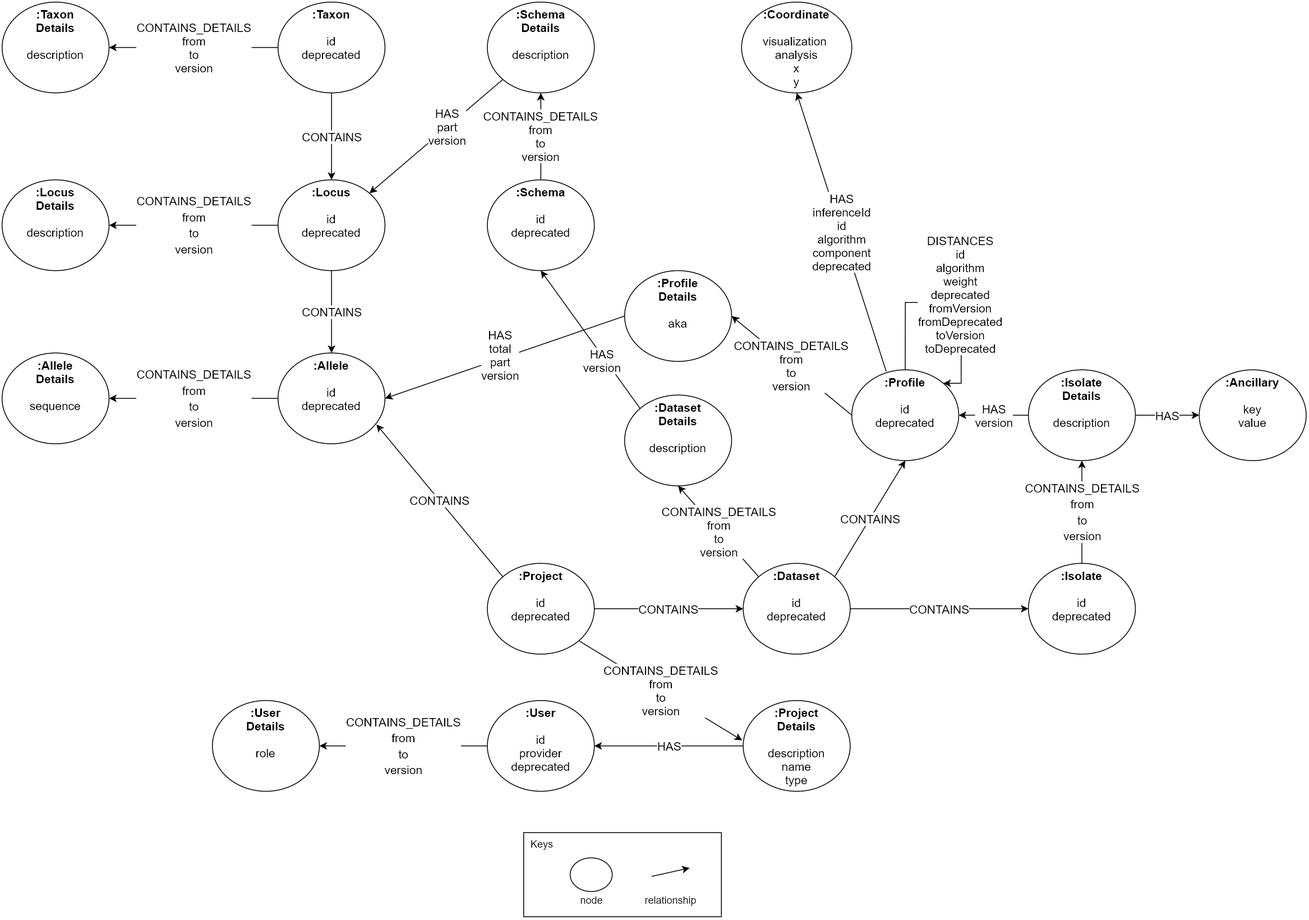
phyloviz/phyloDB keeps this draw.io diagram as wiki/images/phylodb-datamodel.png. Above is the earlier version. Source tidied: cells renumbered, new cells last; positions are measured from the earlier drawing's top-left corner, leaving out a move shared by most shapes.
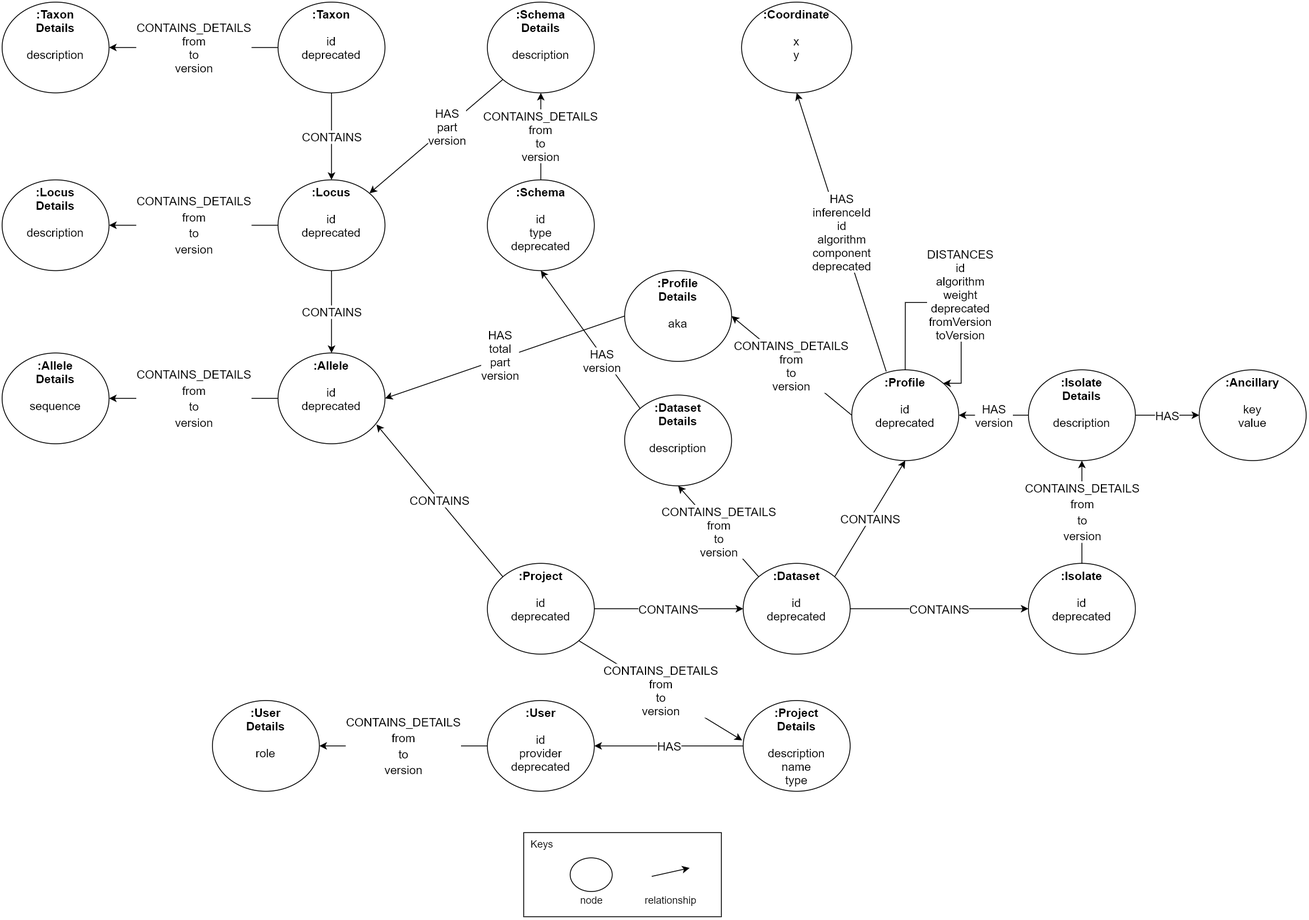
After the commit.

Commit message:
Fix architecture view.

Diff of the diagram source:
```diff
@@ -17,10 +17,10 @@
     <mxCell id="6" value="CONTAINS" style="edgeStyle=orthogonalEdgeStyle;rounded=0;jettySize=auto;html=1;exitX=0.5;exitY=1;exitDx=0;exitDy=0;entryX=0.5;entryY=0;entryDx=0;entryDy=0;fontSize=14;" parent="1" edge="1" source="3" target="5">
       <mxGeometry relative="1" as="geometry" />
     </mxCell>
-    <mxCell id="7" value="&lt;b style=&quot;font-size: 14px&quot;&gt;:Schema&lt;/b&gt;&lt;br style=&quot;font-size: 14px&quot;&gt;&lt;br style=&quot;font-size: 14px&quot;&gt;&lt;span style=&quot;font-size: 14px&quot;&gt;id&lt;/span&gt;&lt;i style=&quot;font-size: 14px&quot;&gt;&lt;br style=&quot;font-size: 14px&quot;&gt;&lt;/i&gt;deprecated&lt;i style=&quot;font-size: 14px&quot;&gt;&lt;br style=&quot;font-size: 14px&quot;&gt;&lt;/i&gt;&lt;i style=&quot;font-size: 14px&quot;&gt;&lt;br style=&quot;font-size: 14px&quot;&gt;&lt;/i&gt;" style="ellipse;whiteSpace=wrap;html=1;fontSize=14;verticalAlign=top;" parent="1" vertex="1">
+    <mxCell id="7" value="&lt;b style=&quot;font-size: 14px&quot;&gt;:Schema&lt;/b&gt;&lt;br style=&quot;font-size: 14px&quot;&gt;&lt;br style=&quot;font-size: 14px&quot;&gt;&lt;span style=&quot;font-size: 14px&quot;&gt;id&lt;br&gt;&lt;/span&gt;&lt;span style=&quot;font-size: 14px&quot;&gt;type&lt;br style=&quot;font-size: 14px&quot;&gt;&lt;/span&gt;deprecated&lt;i style=&quot;font-size: 14px&quot;&gt;&lt;br style=&quot;font-size: 14px&quot;&gt;&lt;/i&gt;&lt;i style=&quot;font-size: 14px&quot;&gt;&lt;br style=&quot;font-size: 14px&quot;&gt;&lt;/i&gt;" style="ellipse;whiteSpace=wrap;html=1;fontSize=14;verticalAlign=top;" parent="1" vertex="1">
       <mxGeometry x="576.8" y="211.3" width="127.1" height="107.9" as="geometry" />
     </mxCell>
-    <mxCell id="8" value="&lt;b style=&quot;font-size: 14px&quot;&gt;:Coordinate&lt;/b&gt;&lt;br style=&quot;font-size: 14px&quot;&gt;&lt;br style=&quot;font-size: 14px&quot;&gt;&lt;span style=&quot;font-size: 14px&quot;&gt;visualization&lt;/span&gt;&amp;nbsp;&lt;br style=&quot;font-size: 14px&quot;&gt;&lt;span style=&quot;font-size: 14px&quot;&gt;analysis&lt;/span&gt;&lt;i style=&quot;font-size: 14px&quot;&gt;&lt;br style=&quot;font-size: 14px&quot;&gt;&lt;/i&gt;&lt;span style=&quot;font-size: 14px&quot;&gt;x&lt;/span&gt;&lt;br style=&quot;font-size: 14px&quot;&gt;&lt;span style=&quot;font-size: 14px&quot;&gt;y&lt;/span&gt;&lt;i style=&quot;font-size: 14px&quot;&gt;&lt;br style=&quot;font-size: 14px&quot;&gt;&lt;/i&gt;&lt;i style=&quot;font-size: 14px&quot;&gt;&lt;br style=&quot;font-size: 14px&quot;&gt;&lt;/i&gt;" style="ellipse;whiteSpace=wrap;html=1;fontSize=14;verticalAlign=top;" parent="1" vertex="1">
+    <mxCell id="8" value="&lt;b style=&quot;font-size: 14px&quot;&gt;:Coordinate&lt;/b&gt;&lt;br style=&quot;font-size: 14px&quot;&gt;&lt;i style=&quot;font-size: 14px&quot;&gt;&lt;br style=&quot;font-size: 14px&quot;&gt;&lt;/i&gt;&lt;span style=&quot;font-size: 14px&quot;&gt;x&lt;/span&gt;&lt;br style=&quot;font-size: 14px&quot;&gt;&lt;span style=&quot;font-size: 14px&quot;&gt;y&lt;/span&gt;&lt;i style=&quot;font-size: 14px&quot;&gt;&lt;br style=&quot;font-size: 14px&quot;&gt;&lt;/i&gt;&lt;i style=&quot;font-size: 14px&quot;&gt;&lt;br style=&quot;font-size: 14px&quot;&gt;&lt;/i&gt;" style="ellipse;whiteSpace=wrap;html=1;fontSize=14;verticalAlign=top;" parent="1" vertex="1">
       <mxGeometry x="879" width="131" height="107.9" as="geometry" />
     </mxCell>
     <mxCell id="9" value="&lt;span style=&quot;color: rgb(0 , 0 , 0) ; font-size: 14px ; font-style: normal ; font-weight: 400 ; letter-spacing: normal ; text-align: center ; text-indent: 0px ; text-transform: none ; word-spacing: 0px ; background-color: rgb(255 , 255 , 255) ; font-family: &amp;#34;helvetica&amp;#34; ; display: inline ; float: none&quot;&gt;CONTAINS_DETAILS&lt;/span&gt;&lt;br style=&quot;color: rgb(0 , 0 , 0) ; font-size: 14px ; font-style: normal ; font-weight: 400 ; letter-spacing: normal ; text-align: center ; text-indent: 0px ; text-transform: none ; word-spacing: 0px ; background-color: rgb(255 , 255 , 255) ; font-family: &amp;#34;helvetica&amp;#34;&quot;&gt;&lt;span style=&quot;color: rgb(0 , 0 , 0) ; font-size: 14px ; font-style: normal ; font-weight: 400 ; letter-spacing: normal ; text-align: center ; text-indent: 0px ; text-transform: none ; word-spacing: 0px ; background-color: rgb(255 , 255 , 255) ; font-family: &amp;#34;helvetica&amp;#34; ; display: inline ; float: none&quot;&gt;from&lt;/span&gt;&lt;br style=&quot;color: rgb(0 , 0 , 0) ; font-size: 14px ; font-style: normal ; font-weight: 400 ; letter-spacing: normal ; text-align: center ; text-indent: 0px ; text-transform: none ; word-spacing: 0px ; background-color: rgb(255 , 255 , 255) ; font-family: &amp;#34;helvetica&amp;#34;&quot;&gt;&lt;span style=&quot;color: rgb(0 , 0 , 0) ; font-size: 14px ; font-style: normal ; font-weight: 400 ; letter-spacing: normal ; text-align: center ; text-indent: 0px ; text-transform: none ; word-spacing: 0px ; background-color: rgb(255 , 255 , 255) ; font-family: &amp;#34;helvetica&amp;#34; ; display: inline ; float: none&quot;&gt;to&lt;/span&gt;&lt;br style=&quot;color: rgb(0 , 0 , 0) ; font-size: 14px ; font-style: normal ; font-weight: 400 ; letter-spacing: normal ; text-align: center ; text-indent: 0px ; text-transform: none ; word-spacing: 0px ; background-color: rgb(255 , 255 , 255) ; font-family: &amp;#34;helvetica&amp;#34;&quot;&gt;&lt;span style=&quot;color: rgb(0 , 0 , 0) ; font-size: 14px ; font-style: normal ; font-weight: 400 ; letter-spacing: normal ; text-align: center ; text-indent: 0px ; text-transform: none ; word-spacing: 0px ; background-color: rgb(255 , 255 , 255) ; font-family: &amp;#34;helvetica&amp;#34; ; display: inline ; float: none&quot;&gt;version&lt;/span&gt;" style="edgeStyle=orthogonalEdgeStyle;rounded=0;jettySize=auto;html=1;" parent="1" edge="1" source="10" target="44">
@@ -62,7 +62,7 @@
     <mxCell id="21" value="&lt;b style=&quot;font-size: 14px&quot;&gt;:Dataset&lt;br&gt;&lt;/b&gt;&lt;b&gt;Details&lt;/b&gt;&lt;br style=&quot;font-size: 14px&quot;&gt;&lt;i style=&quot;font-size: 14px&quot;&gt;&lt;br style=&quot;font-size: 14px&quot;&gt;&lt;/i&gt;description&lt;i style=&quot;font-size: 14px&quot;&gt;&lt;br style=&quot;font-size: 14px&quot;&gt;&lt;/i&gt;&lt;i style=&quot;font-size: 14px&quot;&gt;&lt;br style=&quot;font-size: 14px&quot;&gt;&lt;/i&gt;" style="ellipse;whiteSpace=wrap;html=1;fontSize=14;verticalAlign=top;" parent="1" vertex="1">
       <mxGeometry x="740" y="467" width="127.1" height="107.9" as="geometry" />
     </mxCell>
-    <mxCell id="22" value="DISTANCES&lt;br style=&quot;font-size: 14px&quot;&gt;&lt;span style=&quot;font-size: 14px&quot;&gt;id&lt;br&gt;&lt;/span&gt;algorithm&lt;br style=&quot;font-size: 14px&quot;&gt;weight&lt;span style=&quot;font-size: 14px&quot;&gt;&lt;br&gt;deprecated&lt;br&gt;fromVersion&lt;br&gt;fromDeprecated&lt;br&gt;toVersion&lt;br&gt;toDeprecated&lt;br&gt;&lt;/span&gt;" style="edgeStyle=orthogonalEdgeStyle;rounded=0;orthogonalLoop=1;jettySize=auto;html=1;exitX=0.5;exitY=0;exitDx=0;exitDy=0;entryX=1;entryY=0;entryDx=0;entryDy=0;fontSize=14;" parent="1" edge="1" source="20" target="20">
+    <mxCell id="22" value="DISTANCES&lt;br style=&quot;font-size: 14px&quot;&gt;&lt;span style=&quot;font-size: 14px&quot;&gt;id&lt;br&gt;&lt;/span&gt;algorithm&lt;br style=&quot;font-size: 14px&quot;&gt;weight&lt;span style=&quot;font-size: 14px&quot;&gt;&lt;br&gt;deprecated&lt;br&gt;fromVersion&lt;br&gt;toVersion&lt;br&gt;&lt;/span&gt;" style="edgeStyle=orthogonalEdgeStyle;rounded=0;orthogonalLoop=1;jettySize=auto;html=1;exitX=0.5;exitY=0;exitDx=0;exitDy=0;entryX=1;entryY=0;entryDx=0;entryDy=0;fontSize=14;" parent="1" edge="1" source="20" target="20">
       <mxGeometry x="0.1" y="10" relative="1" as="geometry">
         <Array as="points">
           <mxPoint x="1074" y="357" />
```
